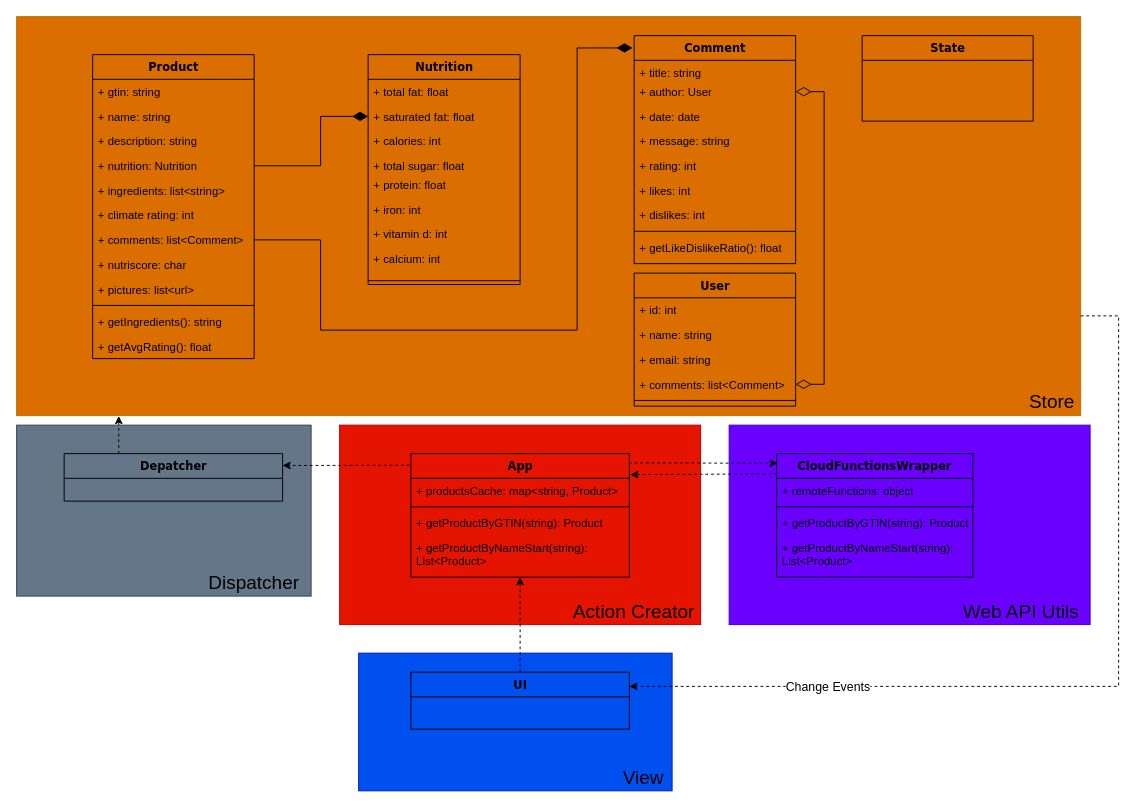
Above: Class_Diagram_Architecture.drawio in TeamNewtry/NewtryDocumentation (draw.io), before the change. Source tidied: cells renumbered, new cells numbered last; positions are measured from the earlier drawing's top-left corner, leaving out a move shared by most shapes. Both pictures are drawn from the tidied source at 95%, with x=0, y=0 at pixel (16, 16).
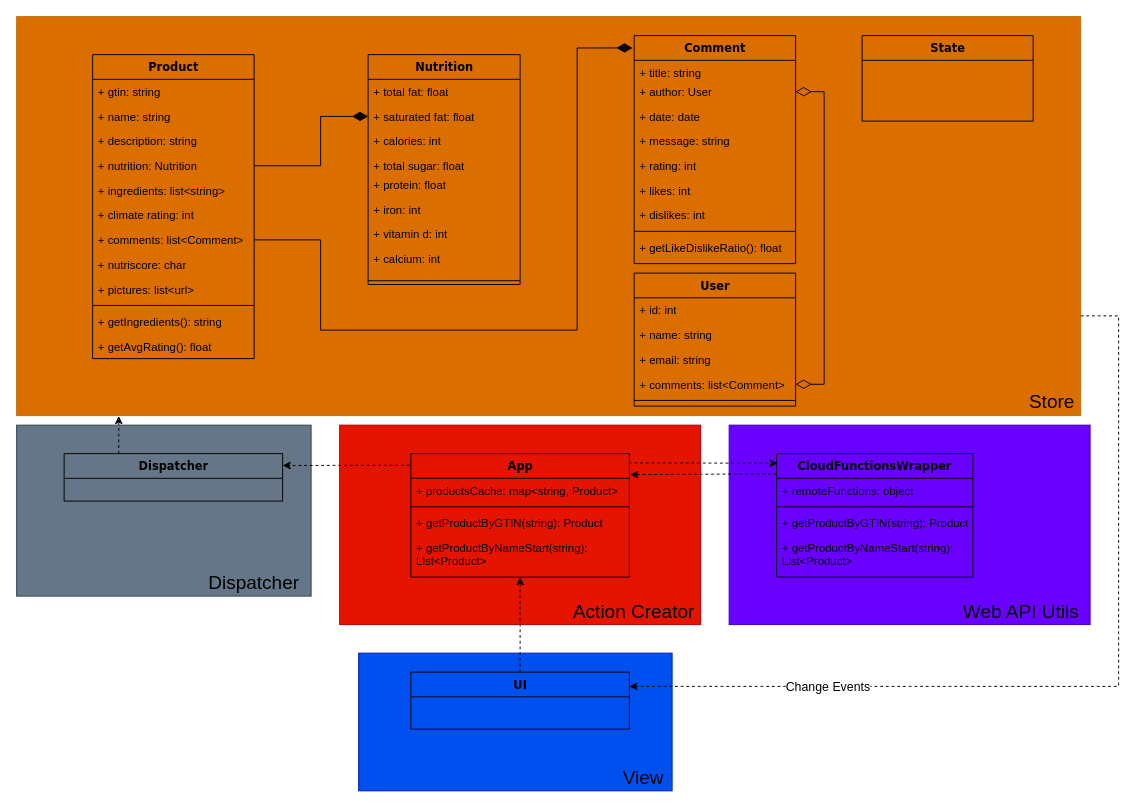
The same page after the edit.

Diff of the diagram source:
```diff
@@
-    <mxCell id="64" value="Depatcher" style="swimlane;html=1;fontStyle=1;align=center;verticalAlign=top;horizontal=1;startSize=26;swimlaneFillColor=none;rounded=0;shadow=0;comic=0;labelBackgroundColor=none;strokeWidth=1;fillColor=none;fontFamily=Verdana;fontSize=12;" parent="1" vertex="1">
+    <mxCell id="64" value="Dispatcher" style="swimlane;html=1;fontStyle=1;align=center;verticalAlign=top;horizontal=1;startSize=26;swimlaneFillColor=none;rounded=0;shadow=0;comic=0;labelBackgroundColor=none;strokeWidth=1;fillColor=none;fontFamily=Verdana;fontSize=12;" parent="1" vertex="1">
       <mxGeometry x="50" y="460" width="230" height="50" as="geometry" />
     </mxCell>
```
